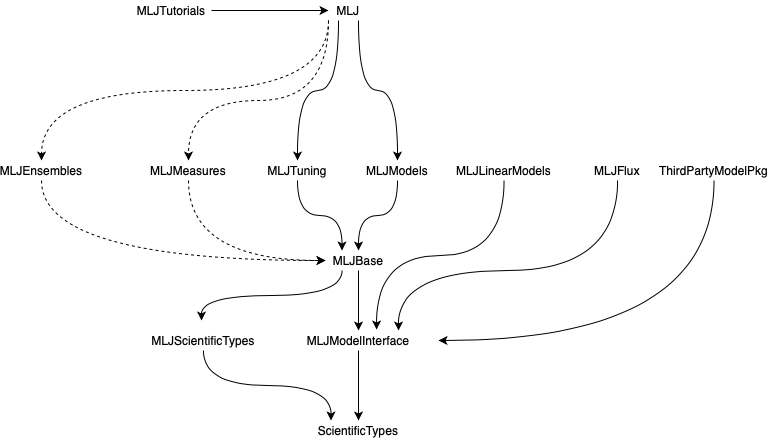
Above: material/MLJ_stack.png in JuliaAI/MLJ.jl (draw.io), before the change. Source tidied: cells renumbered, new cells last; positions are measured from the earlier drawing's top-left corner, leaving out a move shared by most shapes. Source of this version:
```xml
<mxGraphModel>
  <root>
    <mxCell id="0" />
    <mxCell id="1" parent="0" />
    <mxCell id="2" style="edgeStyle=orthogonalEdgeStyle;curved=1;rounded=0;jettySize=auto;html=1;exitX=0.5;exitY=1;exitDx=0;exitDy=0;entryX=0.5;entryY=0;entryDx=0;entryDy=0;" parent="1" edge="1" source="3" target="4">
      <mxGeometry relative="1" as="geometry" />
    </mxCell>
    <mxCell id="3" value="MLJModelInterface" style="text;html=1;strokeColor=none;fillColor=none;align=center;verticalAlign=middle;whiteSpace=wrap;rounded=0;comic=1;" parent="1" vertex="1">
      <mxGeometry x="277" y="330" width="160" height="20" as="geometry" />
    </mxCell>
    <mxCell id="4" value="ScientificTypes" style="text;html=1;strokeColor=none;fillColor=none;align=center;verticalAlign=middle;whiteSpace=wrap;rounded=0;comic=1;" parent="1" vertex="1">
      <mxGeometry x="302" y="420" width="110" height="20" as="geometry" />
    </mxCell>
    <mxCell id="5" style="edgeStyle=orthogonalEdgeStyle;rounded=0;jettySize=auto;html=1;exitX=0.5;exitY=1;exitDx=0;exitDy=0;entryX=0.25;entryY=0;entryDx=0;entryDy=0;curved=1;" parent="1" edge="1" source="6" target="4">
      <mxGeometry relative="1" as="geometry" />
    </mxCell>
    <mxCell id="6" value="MLJScientificTypes" style="text;html=1;strokeColor=none;fillColor=none;align=center;verticalAlign=middle;whiteSpace=wrap;rounded=0;comic=1;" parent="1" vertex="1">
      <mxGeometry x="137" y="330" width="130" height="20" as="geometry" />
    </mxCell>
    <mxCell id="7" style="edgeStyle=orthogonalEdgeStyle;curved=1;rounded=0;jettySize=auto;html=1;exitX=0.5;exitY=1;exitDx=0;exitDy=0;entryX=0.5;entryY=0;entryDx=0;entryDy=0;" parent="1" edge="1" source="9" target="3">
      <mxGeometry relative="1" as="geometry" />
    </mxCell>
    <mxCell id="8" style="edgeStyle=orthogonalEdgeStyle;curved=1;rounded=0;jettySize=auto;html=1;exitX=0.25;exitY=1;exitDx=0;exitDy=0;" parent="1" edge="1" source="9">
      <mxGeometry relative="1" as="geometry">
        <mxPoint x="200" y="320" as="targetPoint" />
      </mxGeometry>
    </mxCell>
    <mxCell id="9" value="MLJBase" style="text;html=1;strokeColor=none;fillColor=none;align=center;verticalAlign=middle;whiteSpace=wrap;rounded=0;comic=1;" parent="1" vertex="1">
      <mxGeometry x="324" y="250" width="66" height="20" as="geometry" />
    </mxCell>
    <mxCell id="10" style="edgeStyle=orthogonalEdgeStyle;curved=1;rounded=0;jettySize=auto;html=1;exitX=0.5;exitY=1;exitDx=0;exitDy=0;entryX=0.25;entryY=0;entryDx=0;entryDy=0;" parent="1" edge="1" source="11" target="9">
      <mxGeometry relative="1" as="geometry" />
    </mxCell>
    <mxCell id="11" value="MLJTuning" style="text;html=1;strokeColor=none;fillColor=none;align=center;verticalAlign=middle;whiteSpace=wrap;rounded=0;comic=1;" parent="1" vertex="1">
      <mxGeometry x="256" y="160" width="80" height="20" as="geometry" />
    </mxCell>
    <mxCell id="12" style="edgeStyle=orthogonalEdgeStyle;curved=1;rounded=0;jettySize=auto;html=1;exitX=0.5;exitY=1;exitDx=0;exitDy=0;entryX=0.5;entryY=0;entryDx=0;entryDy=0;" parent="1" edge="1" source="13" target="9">
      <mxGeometry relative="1" as="geometry" />
    </mxCell>
    <mxCell id="13" value="MLJModels" style="text;html=1;strokeColor=none;fillColor=none;align=center;verticalAlign=middle;whiteSpace=wrap;rounded=0;comic=1;" parent="1" vertex="1">
      <mxGeometry x="346" y="160" width="100" height="20" as="geometry" />
    </mxCell>
    <mxCell id="14" style="edgeStyle=orthogonalEdgeStyle;curved=1;rounded=0;jettySize=auto;html=1;exitX=0.5;exitY=1;exitDx=0;exitDy=0;entryX=0.613;entryY=-0.05;entryDx=0;entryDy=0;entryPerimeter=0;" parent="1" edge="1" source="15" target="3">
      <mxGeometry relative="1" as="geometry" />
    </mxCell>
    <mxCell id="15" value="MLJLinearModels" style="text;html=1;strokeColor=none;fillColor=none;align=center;verticalAlign=middle;whiteSpace=wrap;rounded=0;comic=1;" parent="1" vertex="1">
      <mxGeometry x="446" y="160" width="113" height="20" as="geometry" />
    </mxCell>
    <mxCell id="16" style="edgeStyle=orthogonalEdgeStyle;curved=1;rounded=0;jettySize=auto;html=1;exitX=0.5;exitY=1;exitDx=0;exitDy=0;entryX=1;entryY=0.5;entryDx=0;entryDy=0;" parent="1" edge="1" source="17" target="3">
      <mxGeometry relative="1" as="geometry" />
    </mxCell>
    <mxCell id="17" value="ThirdPartyModelPkg" style="text;html=1;strokeColor=none;fillColor=none;align=center;verticalAlign=middle;whiteSpace=wrap;rounded=0;comic=1;" parent="1" vertex="1">
      <mxGeometry x="656" y="160" width="113" height="20" as="geometry" />
    </mxCell>
    <mxCell id="18" style="edgeStyle=orthogonalEdgeStyle;curved=1;rounded=0;jettySize=auto;html=1;exitX=0.25;exitY=1;exitDx=0;exitDy=0;entryX=0.5;entryY=0;entryDx=0;entryDy=0;" parent="1" edge="1" source="22" target="11">
      <mxGeometry relative="1" as="geometry" />
    </mxCell>
    <mxCell id="19" style="edgeStyle=orthogonalEdgeStyle;curved=1;rounded=0;jettySize=auto;html=1;exitX=0;exitY=1;exitDx=0;exitDy=0;entryX=0.5;entryY=0;entryDx=0;entryDy=0;dashed=1;" parent="1" edge="1" source="22" target="24">
      <mxGeometry relative="1" as="geometry">
        <Array as="points">
          <mxPoint x="327" y="100" />
          <mxPoint x="187" y="100" />
        </Array>
      </mxGeometry>
    </mxCell>
    <mxCell id="20" style="edgeStyle=orthogonalEdgeStyle;curved=1;rounded=0;jettySize=auto;html=1;exitX=0;exitY=1;exitDx=0;exitDy=0;entryX=0.5;entryY=0;entryDx=0;entryDy=0;dashed=1;" parent="1" edge="1" source="22" target="26">
      <mxGeometry relative="1" as="geometry" />
    </mxCell>
    <mxCell id="21" style="edgeStyle=orthogonalEdgeStyle;curved=1;rounded=0;jettySize=auto;html=1;exitX=0.75;exitY=1;exitDx=0;exitDy=0;entryX=0.5;entryY=0;entryDx=0;entryDy=0;" parent="1" edge="1" source="22" target="13">
      <mxGeometry relative="1" as="geometry" />
    </mxCell>
    <mxCell id="22" value="MLJ" style="text;html=1;strokeColor=none;fillColor=none;align=center;verticalAlign=middle;whiteSpace=wrap;rounded=0;comic=1;" parent="1" vertex="1">
      <mxGeometry x="327" width="40" height="20" as="geometry" />
    </mxCell>
    <mxCell id="23" style="edgeStyle=orthogonalEdgeStyle;curved=1;rounded=0;jettySize=auto;html=1;exitX=0.5;exitY=1;exitDx=0;exitDy=0;entryX=0;entryY=0.5;entryDx=0;entryDy=0;dashed=1;" parent="1" edge="1" source="24" target="9">
      <mxGeometry relative="1" as="geometry" />
    </mxCell>
    <mxCell id="24" value="MLJMeasures" style="text;html=1;strokeColor=none;fillColor=none;align=center;verticalAlign=middle;whiteSpace=wrap;rounded=0;comic=1;" parent="1" vertex="1">
      <mxGeometry x="147" y="160" width="80" height="20" as="geometry" />
    </mxCell>
    <mxCell id="25" style="edgeStyle=orthogonalEdgeStyle;curved=1;rounded=0;jettySize=auto;html=1;exitX=0.5;exitY=1;exitDx=0;exitDy=0;entryX=0;entryY=0.5;entryDx=0;entryDy=0;dashed=1;" parent="1" edge="1" source="26" target="9">
      <mxGeometry relative="1" as="geometry" />
    </mxCell>
    <mxCell id="26" value="MLJEnsembles" style="text;html=1;strokeColor=none;fillColor=none;align=center;verticalAlign=middle;whiteSpace=wrap;rounded=0;comic=1;" parent="1" vertex="1">
      <mxGeometry y="160" width="80" height="20" as="geometry" />
    </mxCell>
    <mxCell id="27" style="edgeStyle=orthogonalEdgeStyle;curved=1;rounded=0;jettySize=auto;html=1;exitX=1;exitY=0.5;exitDx=0;exitDy=0;entryX=0;entryY=0.5;entryDx=0;entryDy=0;" parent="1" edge="1" source="28" target="22">
      <mxGeometry relative="1" as="geometry" />
    </mxCell>
    <mxCell id="28" value="MLJTutorials" style="text;html=1;strokeColor=none;fillColor=none;align=center;verticalAlign=middle;whiteSpace=wrap;rounded=0;comic=1;" parent="1" vertex="1">
      <mxGeometry x="130" width="80" height="20" as="geometry" />
    </mxCell>
    <mxCell id="29" style="edgeStyle=orthogonalEdgeStyle;curved=1;rounded=0;jettySize=auto;html=1;exitX=0.5;exitY=1;exitDx=0;exitDy=0;entryX=0.75;entryY=0;entryDx=0;entryDy=0;" parent="1" edge="1" source="30" target="3">
      <mxGeometry relative="1" as="geometry">
        <Array as="points">
          <mxPoint x="616" y="270" />
          <mxPoint x="397" y="270" />
        </Array>
      </mxGeometry>
    </mxCell>
    <mxCell id="30" value="MLJFlux" style="text;html=1;strokeColor=none;fillColor=none;align=center;verticalAlign=middle;whiteSpace=wrap;rounded=0;comic=1;" parent="1" vertex="1">
      <mxGeometry x="566" y="160" width="100" height="20" as="geometry" />
    </mxCell>
  </root>
</mxGraphModel>
```
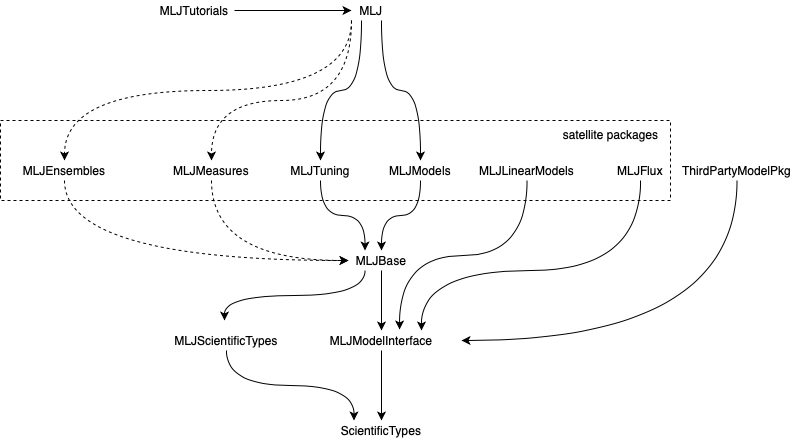
Above is the later version.

Diff of the diagram source:
```diff
@@ -101,5 +101,11 @@
     <mxCell id="30" value="MLJFlux" style="text;html=1;strokeColor=none;fillColor=none;align=center;verticalAlign=middle;whiteSpace=wrap;rounded=0;comic=1;" parent="1" vertex="1">
       <mxGeometry x="566" y="160" width="100" height="20" as="geometry" />
     </mxCell>
+    <mxCell id="31" style="rounded=0;whiteSpace=wrap;html=1;fillColor=none;dashed=1;" parent="1" vertex="1">
+      <mxGeometry x="-24" y="120" width="670" height="80" as="geometry" />
+    </mxCell>
+    <mxCell id="32" value="satellite packages" style="text;html=1;align=center;verticalAlign=middle;" parent="1" vertex="1">
+      <mxGeometry x="531" y="124" width="110" height="20" as="geometry" />
+    </mxCell>
   </root>
 </mxGraphModel>
```
